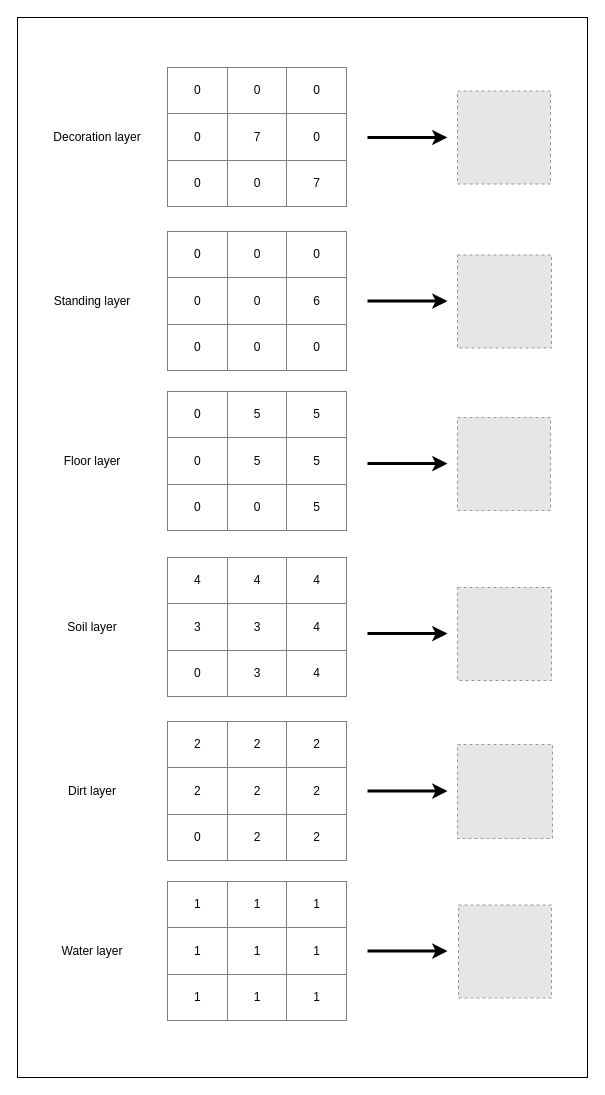
Earlier version of the draw.io diagram Docs/Tiles/TilesAndLayers.drawio (azsdaja/Osnowa). Source tidied: cells renumbered, new cells numbered last; positions are measured from the earlier drawing's top-left corner, leaving out a move shared by most shapes. Both pictures are drawn from the tidied source at 100%, with x=0, y=0 at pixel (17, 17). Pictures stored in the file or linked from it are replaced by grey dashed boxes.
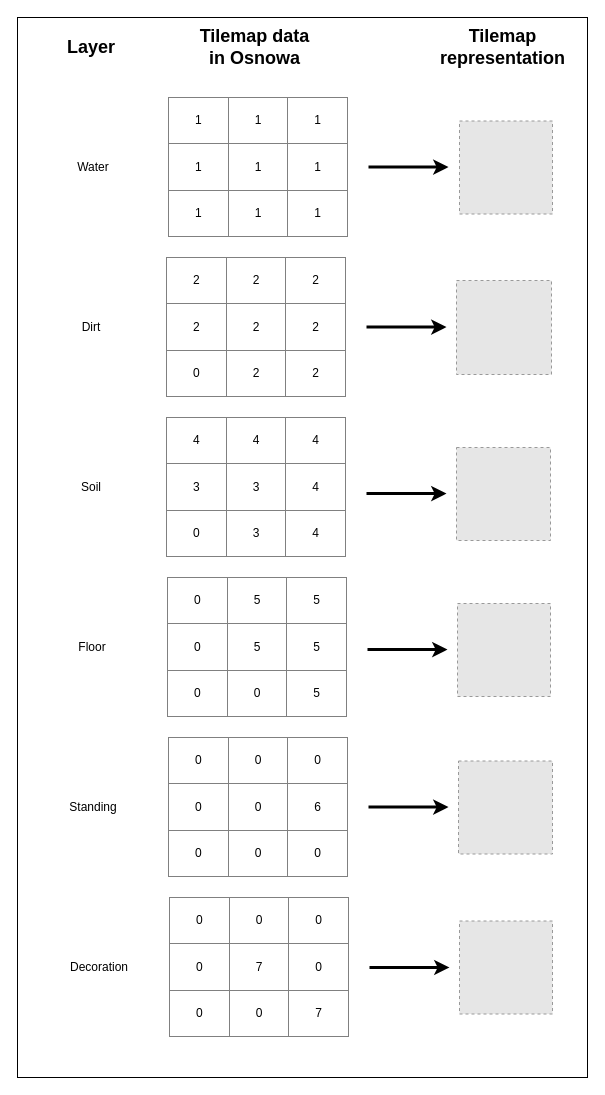
After the change.

Commit message (it also covers changes not shown here):
fixed Tiles diagram

Diff of the diagram source:
```diff
@@
     <mxCell id="3" value="&lt;table border=&quot;1&quot; width=&quot;100%&quot; style=&quot;width: 100% ; height: 100% ; border-collapse: collapse&quot;&gt;&lt;tbody&gt;&lt;tr&gt;&lt;td align=&quot;center&quot;&gt;2&lt;/td&gt;&lt;td align=&quot;center&quot;&gt;2&lt;/td&gt;&lt;td align=&quot;center&quot;&gt;2&lt;/td&gt;&lt;/tr&gt;&lt;tr&gt;&lt;td align=&quot;center&quot;&gt;2&lt;/td&gt;&lt;td align=&quot;center&quot;&gt;2&lt;/td&gt;&lt;td align=&quot;center&quot;&gt;2&lt;/td&gt;&lt;/tr&gt;&lt;tr&gt;&lt;td align=&quot;center&quot;&gt;0&lt;/td&gt;&lt;td align=&quot;center&quot;&gt;2&lt;/td&gt;&lt;td align=&quot;center&quot;&gt;2&lt;/td&gt;&lt;/tr&gt;&lt;/tbody&gt;&lt;/table&gt;" style="text;html=1;strokeColor=none;fillColor=none;overflow=fill;" parent="1" vertex="1">
-      <mxGeometry x="150" y="704" width="180" height="140" as="geometry" />
+      <mxGeometry x="149" y="240" width="180" height="140" as="geometry" />
     </mxCell>
     <mxCell id="4" value="&lt;table border=&quot;1&quot; width=&quot;100%&quot; style=&quot;width: 100% ; height: 100% ; border-collapse: collapse&quot;&gt;&lt;tbody&gt;&lt;tr&gt;&lt;td align=&quot;center&quot;&gt;1&lt;/td&gt;&lt;td align=&quot;center&quot;&gt;1&lt;/td&gt;&lt;td align=&quot;center&quot;&gt;1&lt;/td&gt;&lt;/tr&gt;&lt;tr&gt;&lt;td align=&quot;center&quot;&gt;1&lt;/td&gt;&lt;td align=&quot;center&quot;&gt;1&lt;/td&gt;&lt;td align=&quot;center&quot;&gt;1&lt;/td&gt;&lt;/tr&gt;&lt;tr&gt;&lt;td align=&quot;center&quot;&gt;1&lt;/td&gt;&lt;td align=&quot;center&quot;&gt;1&lt;/td&gt;&lt;td align=&quot;center&quot;&gt;1&lt;/td&gt;&lt;/tr&gt;&lt;/tbody&gt;&lt;/table&gt;" style="text;html=1;strokeColor=none;fillColor=none;overflow=fill;" parent="1" vertex="1">
-      <mxGeometry x="150" y="864" width="180" height="140" as="geometry" />
+      <mxGeometry x="151" y="80" width="180" height="140" as="geometry" />
     </mxCell>
-    <mxCell id="5" value="Water layer" style="text;html=1;strokeColor=none;fillColor=none;align=center;verticalAlign=middle;whiteSpace=wrap;rounded=0;" parent="1" vertex="1">
-      <mxGeometry x="30" y="924" width="90" height="20" as="geometry" />
+    <mxCell id="5" value="Water" style="text;html=1;strokeColor=none;fillColor=none;align=center;verticalAlign=middle;whiteSpace=wrap;rounded=0;" parent="1" vertex="1">
+      <mxGeometry x="31" y="140" width="90" height="20" as="geometry" />
     </mxCell>
-    <mxCell id="6" value="Dirt layer" style="text;html=1;strokeColor=none;fillColor=none;align=center;verticalAlign=middle;whiteSpace=wrap;rounded=0;" parent="1" vertex="1">
-      <mxGeometry x="30" y="764" width="90" height="20" as="geometry" />
+    <mxCell id="6" value="Dirt" style="text;html=1;strokeColor=none;fillColor=none;align=center;verticalAlign=middle;whiteSpace=wrap;rounded=0;" parent="1" vertex="1">
+      <mxGeometry x="29" y="300" width="90" height="20" as="geometry" />
     </mxCell>
-    <mxCell id="7" value="Soil layer" style="text;html=1;strokeColor=none;fillColor=none;align=center;verticalAlign=middle;whiteSpace=wrap;rounded=0;" parent="1" vertex="1">
-      <mxGeometry x="30" y="600" width="90" height="20" as="geometry" />
+    <mxCell id="7" value="Soil" style="text;html=1;strokeColor=none;fillColor=none;align=center;verticalAlign=middle;whiteSpace=wrap;rounded=0;" parent="1" vertex="1">
+      <mxGeometry x="29" y="460" width="90" height="20" as="geometry" />
     </mxCell>
     <mxCell id="8" value="&lt;table border=&quot;1&quot; width=&quot;100%&quot; style=&quot;width: 100% ; height: 100% ; border-collapse: collapse&quot;&gt;&lt;tbody&gt;&lt;tr&gt;&lt;td align=&quot;center&quot;&gt;4&lt;/td&gt;&lt;td align=&quot;center&quot;&gt;4&lt;/td&gt;&lt;td align=&quot;center&quot;&gt;4&lt;/td&gt;&lt;/tr&gt;&lt;tr&gt;&lt;td align=&quot;center&quot;&gt;3&lt;/td&gt;&lt;td align=&quot;center&quot;&gt;3&lt;/td&gt;&lt;td align=&quot;center&quot;&gt;4&lt;/td&gt;&lt;/tr&gt;&lt;tr&gt;&lt;td align=&quot;center&quot;&gt;0&lt;/td&gt;&lt;td align=&quot;center&quot;&gt;3&lt;/td&gt;&lt;td align=&quot;center&quot;&gt;4&lt;/td&gt;&lt;/tr&gt;&lt;/tbody&gt;&lt;/table&gt;" style="text;html=1;strokeColor=none;fillColor=none;overflow=fill;" parent="1" vertex="1">
-      <mxGeometry x="150" y="540" width="180" height="140" as="geometry" />
+      <mxGeometry x="149" y="400" width="180" height="140" as="geometry" />
     </mxCell>
     <mxCell id="9" value="&lt;table border=&quot;1&quot; width=&quot;100%&quot; style=&quot;width: 100% ; height: 100% ; border-collapse: collapse&quot;&gt;&lt;tbody&gt;&lt;tr&gt;&lt;td align=&quot;center&quot;&gt;0&lt;/td&gt;&lt;td align=&quot;center&quot;&gt;0&lt;/td&gt;&lt;td align=&quot;center&quot;&gt;0&lt;/td&gt;&lt;/tr&gt;&lt;tr&gt;&lt;td align=&quot;center&quot;&gt;0&lt;/td&gt;&lt;td align=&quot;center&quot;&gt;0&lt;/td&gt;&lt;td align=&quot;center&quot;&gt;6&lt;/td&gt;&lt;/tr&gt;&lt;tr&gt;&lt;td align=&quot;center&quot;&gt;0&lt;/td&gt;&lt;td align=&quot;center&quot;&gt;0&lt;/td&gt;&lt;td align=&quot;center&quot;&gt;0&lt;/td&gt;&lt;/tr&gt;&lt;/tbody&gt;&lt;/table&gt;" style="text;html=1;strokeColor=none;fillColor=none;overflow=fill;" parent="1" vertex="1">
-      <mxGeometry x="150" y="214" width="180" height="140" as="geometry" />
+      <mxGeometry x="151" y="720" width="180" height="140" as="geometry" />
     </mxCell>
     <mxCell id="10" value="&lt;table border=&quot;1&quot; width=&quot;100%&quot; style=&quot;width: 100% ; height: 100% ; border-collapse: collapse&quot;&gt;&lt;tbody&gt;&lt;tr&gt;&lt;td align=&quot;center&quot;&gt;0&lt;/td&gt;&lt;td align=&quot;center&quot;&gt;5&lt;/td&gt;&lt;td align=&quot;center&quot;&gt;5&lt;/td&gt;&lt;/tr&gt;&lt;tr&gt;&lt;td align=&quot;center&quot;&gt;0&lt;/td&gt;&lt;td align=&quot;center&quot;&gt;5&lt;/td&gt;&lt;td align=&quot;center&quot;&gt;5&lt;/td&gt;&lt;/tr&gt;&lt;tr&gt;&lt;td align=&quot;center&quot;&gt;0&lt;/td&gt;&lt;td align=&quot;center&quot;&gt;0&lt;/td&gt;&lt;td align=&quot;center&quot;&gt;5&lt;/td&gt;&lt;/tr&gt;&lt;/tbody&gt;&lt;/table&gt;" style="text;html=1;strokeColor=none;fillColor=none;overflow=fill;" parent="1" vertex="1">
-      <mxGeometry x="150" y="374" width="180" height="140" as="geometry" />
+      <mxGeometry x="150" y="560" width="180" height="140" as="geometry" />
     </mxCell>
-    <mxCell id="11" value="Floor layer" style="text;html=1;strokeColor=none;fillColor=none;align=center;verticalAlign=middle;whiteSpace=wrap;rounded=0;" parent="1" vertex="1">
-      <mxGeometry x="30" y="434" width="90" height="20" as="geometry" />
+    <mxCell id="11" value="Floor" style="text;html=1;strokeColor=none;fillColor=none;align=center;verticalAlign=middle;whiteSpace=wrap;rounded=0;" parent="1" vertex="1">
+      <mxGeometry x="30" y="620" width="90" height="20" as="geometry" />
     </mxCell>
-    <mxCell id="12" value="Standing layer" style="text;html=1;strokeColor=none;fillColor=none;align=center;verticalAlign=middle;whiteSpace=wrap;rounded=0;" parent="1" vertex="1">
-      <mxGeometry x="30" y="274" width="90" height="20" as="geometry" />
+    <mxCell id="12" value="Standing" style="text;html=1;strokeColor=none;fillColor=none;align=center;verticalAlign=middle;whiteSpace=wrap;rounded=0;" parent="1" vertex="1">
+      <mxGeometry x="31" y="780" width="90" height="20" as="geometry" />
     </mxCell>
-    <mxCell id="13" value="Decoration layer" style="text;html=1;strokeColor=none;fillColor=none;align=center;verticalAlign=middle;whiteSpace=wrap;rounded=0;" parent="1" vertex="1">
-      <mxGeometry x="30" y="110" width="100" height="20" as="geometry" />
+    <mxCell id="13" value="Decoration" style="text;html=1;strokeColor=none;fillColor=none;align=center;verticalAlign=middle;whiteSpace=wrap;rounded=0;" parent="1" vertex="1">
+      <mxGeometry x="32" y="940" width="100" height="20" as="geometry" />
     </mxCell>
     <mxCell id="14" value="&lt;table border=&quot;1&quot; width=&quot;100%&quot; style=&quot;width: 100% ; height: 100% ; border-collapse: collapse&quot;&gt;&lt;tbody&gt;&lt;tr&gt;&lt;td align=&quot;center&quot;&gt;0&lt;/td&gt;&lt;td align=&quot;center&quot;&gt;0&lt;/td&gt;&lt;td align=&quot;center&quot;&gt;0&lt;/td&gt;&lt;/tr&gt;&lt;tr&gt;&lt;td align=&quot;center&quot;&gt;0&lt;/td&gt;&lt;td align=&quot;center&quot;&gt;7&lt;/td&gt;&lt;td align=&quot;center&quot;&gt;0&lt;/td&gt;&lt;/tr&gt;&lt;tr&gt;&lt;td align=&quot;center&quot;&gt;0&lt;/td&gt;&lt;td align=&quot;center&quot;&gt;0&lt;/td&gt;&lt;td align=&quot;center&quot;&gt;7&lt;/td&gt;&lt;/tr&gt;&lt;/tbody&gt;&lt;/table&gt;" style="text;html=1;strokeColor=none;fillColor=none;overflow=fill;" parent="1" vertex="1">
-      <mxGeometry x="150" y="50" width="180" height="140" as="geometry" />
+      <mxGeometry x="152" y="880" width="180" height="140" as="geometry" />
     </mxCell>
     <mxCell id="15" style="fillColor=#E6E6E6;strokeColor=#999999;dashed=1;verticalLabelPosition=bottom;labelBackgroundColor=#ffffff;verticalAlign=top;" parent="1" vertex="1">
-      <mxGeometry x="441" y="887.5" width="93" height="93" as="geometry" />
+      <mxGeometry x="442" y="103.5" width="93" height="93" as="geometry" />
     </mxCell>
     <mxCell id="16" style="fillColor=#E6E6E6;strokeColor=#999999;dashed=1;verticalLabelPosition=bottom;labelBackgroundColor=#ffffff;verticalAlign=top;" parent="1" vertex="1">
-      <mxGeometry x="440" y="727" width="95" height="94" as="geometry" />
+      <mxGeometry x="439" y="263" width="95" height="94" as="geometry" />
     </mxCell>
     <mxCell id="17" style="fillColor=#E6E6E6;strokeColor=#999999;dashed=1;verticalLabelPosition=bottom;labelBackgroundColor=#ffffff;verticalAlign=top;" parent="1" vertex="1">
-      <mxGeometry x="440" y="570" width="94" height="93" as="geometry" />
+      <mxGeometry x="439" y="430" width="94" height="93" as="geometry" />
     </mxCell>
     <mxCell id="18" style="fillColor=#E6E6E6;strokeColor=#999999;dashed=1;verticalLabelPosition=bottom;labelBackgroundColor=#ffffff;verticalAlign=top;" parent="1" vertex="1">
-      <mxGeometry x="440" y="400" width="93" height="93" as="geometry" />
+      <mxGeometry x="440" y="586" width="93" height="93" as="geometry" />
     </mxCell>
     <mxCell id="19" style="fillColor=#E6E6E6;strokeColor=#999999;dashed=1;verticalLabelPosition=bottom;labelBackgroundColor=#ffffff;verticalAlign=top;" parent="1" vertex="1">
-      <mxGeometry x="440" y="237.5" width="94" height="93" as="geometry" />
+      <mxGeometry x="441" y="743.5" width="94" height="93" as="geometry" />
     </mxCell>
     <mxCell id="20" style="fillColor=#E6E6E6;strokeColor=#999999;dashed=1;verticalLabelPosition=bottom;labelBackgroundColor=#ffffff;verticalAlign=top;" parent="1" vertex="1">
-      <mxGeometry x="440" y="73.5" width="93" height="93" as="geometry" />
+      <mxGeometry x="442" y="903.5" width="93" height="93" as="geometry" />
     </mxCell>
     <mxCell id="21" style="endArrow=classic;html=1;strokeWidth=3;" parent="1" edge="1">
       <mxGeometry relative="1" as="geometry">
-        <mxPoint x="350" y="120" as="sourcePoint" />
-        <mxPoint x="430" y="120" as="targetPoint" />
+        <mxPoint x="352" y="950" as="sourcePoint" />
+        <mxPoint x="432" y="950" as="targetPoint" />
       </mxGeometry>
     </mxCell>
     <mxCell id="22" style="endArrow=classic;html=1;strokeWidth=3;" parent="1" edge="1">
       <mxGeometry relative="1" as="geometry">
-        <mxPoint x="350" y="283.6" as="sourcePoint" />
-        <mxPoint x="430" y="283.6" as="targetPoint" />
+        <mxPoint x="351" y="789.6" as="sourcePoint" />
+        <mxPoint x="431" y="789.6" as="targetPoint" />
       </mxGeometry>
     </mxCell>
     <mxCell id="23" style="endArrow=classic;html=1;strokeWidth=3;" parent="1" edge="1">
       <mxGeometry relative="1" as="geometry">
-        <mxPoint x="350" y="446.1" as="sourcePoint" />
-        <mxPoint x="430" y="446.1" as="targetPoint" />
+        <mxPoint x="350" y="632.1" as="sourcePoint" />
+        <mxPoint x="430" y="632.1" as="targetPoint" />
       </mxGeometry>
     </mxCell>
     <mxCell id="24" style="endArrow=classic;html=1;strokeWidth=3;" parent="1" edge="1">
       <mxGeometry relative="1" as="geometry">
-        <mxPoint x="350" y="616.1" as="sourcePoint" />
-        <mxPoint x="430" y="616.1" as="targetPoint" />
+        <mxPoint x="349" y="476.1" as="sourcePoint" />
+        <mxPoint x="429" y="476.1" as="targetPoint" />
       </mxGeometry>
     </mxCell>
     <mxCell id="25" style="endArrow=classic;html=1;strokeWidth=3;" parent="1" edge="1">
       <mxGeometry relative="1" as="geometry">
-        <mxPoint x="350" y="773.6" as="sourcePoint" />
-        <mxPoint x="430" y="773.6" as="targetPoint" />
+        <mxPoint x="349" y="309.6" as="sourcePoint" />
+        <mxPoint x="429" y="309.6" as="targetPoint" />
       </mxGeometry>
     </mxCell>
     <mxCell id="26" style="endArrow=classic;html=1;strokeWidth=3;" parent="1" edge="1">
       <mxGeometry relative="1" as="geometry">
-        <mxPoint x="350" y="933.6" as="sourcePoint" />
-        <mxPoint x="430" y="933.6" as="targetPoint" />
+        <mxPoint x="351" y="149.6" as="sourcePoint" />
+        <mxPoint x="431" y="149.6" as="targetPoint" />
       </mxGeometry>
     </mxCell>
+    <mxCell id="27" value="&lt;font style=&quot;font-size: 18px&quot;&gt;&lt;b&gt;Layer&lt;/b&gt;&lt;/font&gt;" style="text;html=1;strokeColor=none;fillColor=none;align=center;verticalAlign=middle;whiteSpace=wrap;rounded=0;" parent="1" vertex="1">
+      <mxGeometry x="29" y="20" width="90" height="20" as="geometry" />
+    </mxCell>
+    <mxCell id="28" value="&lt;font style=&quot;font-size: 18px&quot;&gt;&lt;b&gt;Tilemap data in Osnowa&lt;/b&gt;&lt;/font&gt;" style="text;html=1;strokeColor=none;fillColor=none;align=center;verticalAlign=middle;whiteSpace=wrap;rounded=0;" parent="1" vertex="1">
+      <mxGeometry x="180" y="20" width="115" height="20" as="geometry" />
+    </mxCell>
+    <mxCell id="29" value="&lt;font style=&quot;font-size: 18px&quot;&gt;&lt;b&gt;Tilemap representation&lt;/b&gt;&lt;/font&gt;" style="text;html=1;strokeColor=none;fillColor=none;align=center;verticalAlign=middle;whiteSpace=wrap;rounded=0;" parent="1" vertex="1">
+      <mxGeometry x="427.5" y="20" width="115" height="20" as="geometry" />
+    </mxCell>
```
